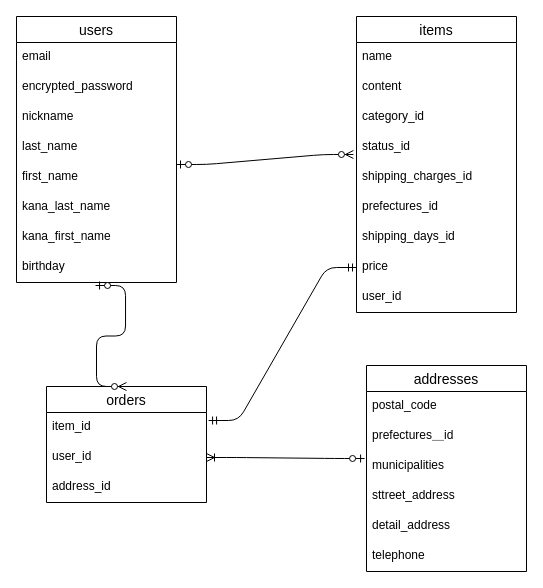
Earlier version of the draw.io diagram ER.dio (yuki1567/furima-36889). Source tidied: cells renumbered, new cells numbered last; positions are measured from the earlier drawing's top-left corner, leaving out a move shared by most shapes. Both pictures are drawn from the tidied source at 100%, with x=0, y=0 at pixel (16, 16).
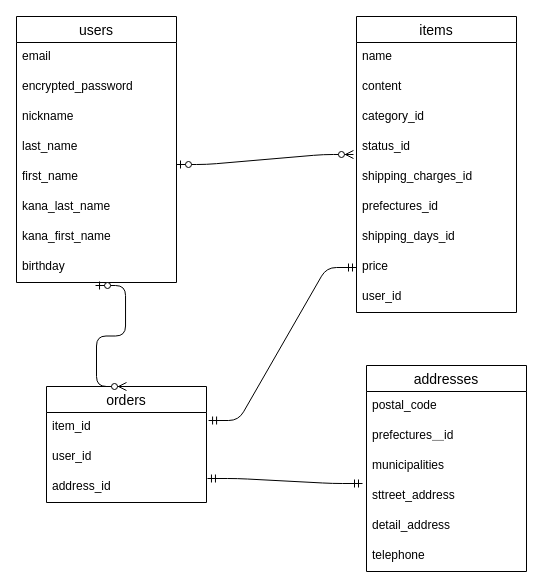
The same diagram, later.

Commit message (it also covers changes not shown here):
ER図とデータベース設計修正

The change refers to these unchanged cells:
```xml
<mxCell id="4" value="user_id" style="text;strokeColor=none;fillColor=none;spacingLeft=4;spacingRight=4;overflow=hidden;points=[[0,0.5],[1,0.5]];portConstraint=eastwest;fontSize=12;" parent="2" vertex="1">
  <mxGeometry y="56" width="160" height="30" as="geometry" />
</mxCell>
<mxCell id="5" value="address_id" style="text;strokeColor=none;fillColor=none;spacingLeft=4;spacingRight=4;overflow=hidden;points=[[0,0.5],[1,0.5]];portConstraint=eastwest;fontSize=12;" parent="2" vertex="1">
  <mxGeometry y="86" width="160" height="30" as="geometry" />
</mxCell>
<mxCell id="18" value="municipalities" style="text;strokeColor=none;fillColor=none;spacingLeft=4;spacingRight=4;overflow=hidden;points=[[0,0.5],[1,0.5]];portConstraint=eastwest;fontSize=12;" parent="15" vertex="1">
  <mxGeometry y="86" width="160" height="30" as="geometry" />
</mxCell>
<mxCell id="19" value="sttreet_address" style="text;strokeColor=none;fillColor=none;spacingLeft=4;spacingRight=4;overflow=hidden;points=[[0,0.5],[1,0.5]];portConstraint=eastwest;fontSize=12;" parent="15" vertex="1">
  <mxGeometry y="116" width="160" height="30" as="geometry" />
</mxCell>
```

The edit, as a diff of the source:
```diff
@@
-    <mxCell id="34" style="edgeStyle=entityRelationEdgeStyle;fontSize=12;html=1;endArrow=ERoneToMany;startArrow=ERzeroToOne;entryX=1;entryY=0.5;entryDx=0;entryDy=0;exitX=-0.012;exitY=0.233;exitDx=0;exitDy=0;exitPerimeter=0;" parent="1" edge="1" source="18" target="4">
-      <mxGeometry relative="1" as="geometry" />
-    </mxCell>
@@
+    <mxCell id="36" style="edgeStyle=entityRelationEdgeStyle;fontSize=12;html=1;endArrow=ERmandOne;startArrow=ERmandOne;exitX=1.006;exitY=0.2;exitDx=0;exitDy=0;exitPerimeter=0;entryX=-0.025;entryY=0.067;entryDx=0;entryDy=0;entryPerimeter=0;" parent="1" edge="1" source="5" target="19">
+      <mxGeometry relative="1" as="geometry" />
+    </mxCell>
```
